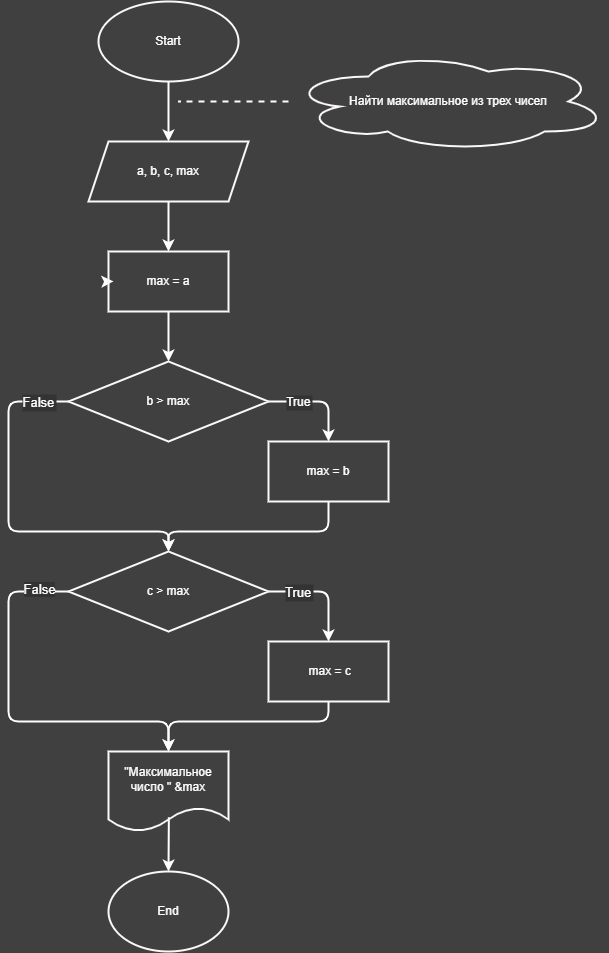
Above: diagram.drawio.png in BigWolf21/Project_01 (draw.io), before the change. Source tidied: cells renumbered, new cells last; positions are measured from the earlier drawing's top-left corner, leaving out a move shared by most shapes. The source it was exported from:
```xml
<mxGraphModel background="#404040">
  <root>
    <mxCell id="0" />
    <mxCell id="1" parent="0" />
    <mxCell id="2" style="edgeStyle=none;html=1;fontFamily=Helvetica;fontSize=12;fontColor=#FFFFFF;strokeColor=#FFFFFF;strokeWidth=2;" parent="1" edge="1" source="3" target="5">
      <mxGeometry relative="1" as="geometry" />
    </mxCell>
    <mxCell id="3" value="Start" style="ellipse;whiteSpace=wrap;html=1;fillColor=none;strokeColor=#fcf8f8;strokeWidth=2;shadow=0;fontColor=#FFFFFF;labelBackgroundColor=none;labelBorderColor=none;" parent="1" vertex="1">
      <mxGeometry x="90" width="140" height="80" as="geometry" />
    </mxCell>
    <mxCell id="4" style="edgeStyle=none;html=1;strokeColor=#FFFFFF;strokeWidth=2;fontFamily=Helvetica;fontSize=12;fontColor=#FFFFFF;endArrow=classic;endFill=1;" parent="1" edge="1" source="5" target="11">
      <mxGeometry relative="1" as="geometry" />
    </mxCell>
    <mxCell id="5" value="a, b, c, max" style="shape=parallelogram;perimeter=parallelogramPerimeter;whiteSpace=wrap;html=1;fixedSize=1;shadow=0;strokeColor=#fcf8f8;strokeWidth=2;fontFamily=Helvetica;fontSize=12;fontColor=#FFFFFF;fillColor=none;" parent="1" vertex="1">
      <mxGeometry x="80" y="140" width="160" height="60" as="geometry" />
    </mxCell>
    <mxCell id="6" style="edgeStyle=none;html=1;strokeColor=#FFFFFF;strokeWidth=2;fontFamily=Helvetica;fontSize=12;fontColor=#FFFFFF;dashed=1;endArrow=none;endFill=0;" parent="1" edge="1" source="7">
      <mxGeometry relative="1" as="geometry">
        <mxPoint x="170" y="100" as="targetPoint" />
      </mxGeometry>
    </mxCell>
    <mxCell id="7" value="Найти максимальное из трех чисел" style="ellipse;shape=cloud;whiteSpace=wrap;html=1;shadow=0;strokeColor=#fcf8f8;strokeWidth=2;fontFamily=Helvetica;fontSize=12;fontColor=#FFFFFF;fillColor=none;" parent="1" vertex="1">
      <mxGeometry x="280" y="50" width="320" height="100" as="geometry" />
    </mxCell>
    <mxCell id="8" value="End" style="ellipse;whiteSpace=wrap;html=1;shadow=0;strokeColor=#fcf8f8;strokeWidth=2;fontFamily=Helvetica;fontSize=12;fontColor=#FFFFFF;fillColor=none;" parent="1" vertex="1">
      <mxGeometry x="100" y="870" width="120" height="80" as="geometry" />
    </mxCell>
    <mxCell id="9" style="edgeStyle=none;html=1;strokeColor=#FFFFFF;strokeWidth=2;fontFamily=Helvetica;fontSize=12;fontColor=#FFFFFF;endArrow=classic;endFill=1;" parent="1" edge="1" source="11">
      <mxGeometry relative="1" as="geometry">
        <mxPoint x="160" y="360" as="targetPoint" />
      </mxGeometry>
    </mxCell>
    <mxCell id="10" style="edgeStyle=none;html=1;exitX=0;exitY=0.5;exitDx=0;exitDy=0;strokeColor=#FFFFFF;strokeWidth=2;fontFamily=Helvetica;fontSize=13;fontColor=#FFFFFF;endArrow=classic;endFill=1;" parent="1" edge="1" source="11">
      <mxGeometry relative="1" as="geometry">
        <mxPoint x="104.9" y="279.9" as="targetPoint" />
      </mxGeometry>
    </mxCell>
    <mxCell id="11" value="max = a" style="whiteSpace=wrap;html=1;fillColor=none;strokeColor=#fcf8f8;fontColor=#FFFFFF;shadow=0;strokeWidth=2;" parent="1" vertex="1">
      <mxGeometry x="100" y="250" width="120" height="60" as="geometry" />
    </mxCell>
    <mxCell id="12" style="edgeStyle=none;html=1;strokeColor=#FFFFFF;strokeWidth=2;fontFamily=Helvetica;fontSize=12;fontColor=#FFFFFF;endArrow=classic;endFill=1;" parent="1" edge="1" source="16" target="18">
      <mxGeometry relative="1" as="geometry">
        <Array as="points">
          <mxPoint x="320" y="400" />
        </Array>
      </mxGeometry>
    </mxCell>
    <mxCell id="13" value="True" style="edgeLabel;align=center;verticalAlign=middle;fontSize=12;fontFamily=Helvetica;fontColor=#FFFFFF;labelBackgroundColor=#333333;" parent="12" vertex="1">
      <mxGeometry x="-0.48" y="1" relative="1" as="geometry">
        <mxPoint x="4" y="1" as="offset" />
      </mxGeometry>
    </mxCell>
    <mxCell id="14" style="edgeStyle=none;html=1;strokeColor=#FFFFFF;strokeWidth=2;fontFamily=Helvetica;fontSize=13;fontColor=#FFFFFF;endArrow=classic;endFill=1;entryX=0.5;entryY=0;entryDx=0;entryDy=0;" parent="1" edge="1" source="16" target="23">
      <mxGeometry relative="1" as="geometry">
        <Array as="points">
          <mxPoint y="400" />
          <mxPoint y="530" />
          <mxPoint x="70" y="530" />
          <mxPoint x="160" y="530" />
        </Array>
      </mxGeometry>
    </mxCell>
    <mxCell id="15" value="False" style="edgeLabel;align=center;verticalAlign=middle;fontSize=13;fontFamily=Helvetica;fontColor=#FFFFFF;labelBackgroundColor=#333333;" parent="14" vertex="1">
      <mxGeometry x="-0.62" relative="1" as="geometry">
        <mxPoint x="30" y="-11" as="offset" />
      </mxGeometry>
    </mxCell>
    <mxCell id="16" value="b &amp;gt; max" style="rhombus;whiteSpace=wrap;html=1;fillColor=none;strokeColor=#fcf8f8;fontColor=#FFFFFF;shadow=0;strokeWidth=2;" parent="1" vertex="1">
      <mxGeometry x="60" y="360" width="200" height="80" as="geometry" />
    </mxCell>
    <mxCell id="17" style="edgeStyle=none;html=1;strokeColor=#FFFFFF;strokeWidth=2;fontFamily=Helvetica;fontSize=13;fontColor=#FFFFFF;endArrow=classic;endFill=1;exitX=0.5;exitY=1;exitDx=0;exitDy=0;" parent="1" edge="1" source="18" target="23">
      <mxGeometry relative="1" as="geometry">
        <Array as="points">
          <mxPoint x="320" y="530" />
          <mxPoint x="240" y="530" />
          <mxPoint x="160" y="530" />
        </Array>
      </mxGeometry>
    </mxCell>
    <mxCell id="18" value="max = b" style="whiteSpace=wrap;html=1;fillColor=none;strokeColor=#fcf8f8;fontColor=#FFFFFF;shadow=0;strokeWidth=2;" parent="1" vertex="1">
      <mxGeometry x="260" y="440" width="120" height="60" as="geometry" />
    </mxCell>
    <mxCell id="19" style="edgeStyle=none;html=1;strokeColor=#FFFFFF;strokeWidth=2;fontFamily=Helvetica;fontSize=13;fontColor=#FFFFFF;endArrow=classic;endFill=1;" parent="1" edge="1" source="23" target="25">
      <mxGeometry relative="1" as="geometry">
        <Array as="points">
          <mxPoint x="320" y="590" />
        </Array>
      </mxGeometry>
    </mxCell>
    <mxCell id="20" value="True" style="edgeLabel;align=center;verticalAlign=middle;fontSize=13;fontFamily=Helvetica;fontColor=#FFFFFF;labelBackgroundColor=#333333;" parent="19" vertex="1">
      <mxGeometry x="-0.61" y="-1" relative="1" as="geometry">
        <mxPoint x="8" y="-1" as="offset" />
      </mxGeometry>
    </mxCell>
    <mxCell id="21" style="edgeStyle=none;html=1;entryX=0.5;entryY=0;entryDx=0;entryDy=0;strokeColor=#FFFFFF;strokeWidth=2;fontFamily=Helvetica;fontSize=13;fontColor=#FFFFFF;endArrow=classic;endFill=1;" parent="1" edge="1" source="23" target="27">
      <mxGeometry relative="1" as="geometry">
        <Array as="points">
          <mxPoint y="590" />
          <mxPoint y="720" />
          <mxPoint x="160" y="720" />
        </Array>
      </mxGeometry>
    </mxCell>
    <mxCell id="22" value="False" style="edgeLabel;html=1;align=center;verticalAlign=middle;fontSize=13;fontFamily=Helvetica;fontColor=#FFFFFF;labelBackgroundColor=#333333;" parent="21" vertex="1">
      <mxGeometry x="-0.79" y="-2" relative="1" as="geometry">
        <mxPoint x="11" as="offset" />
      </mxGeometry>
    </mxCell>
    <mxCell id="23" value="c &amp;gt; max" style="rhombus;whiteSpace=wrap;html=1;fillColor=none;strokeColor=#fcf8f8;fontColor=#FFFFFF;shadow=0;strokeWidth=2;" parent="1" vertex="1">
      <mxGeometry x="60" y="550" width="200" height="80" as="geometry" />
    </mxCell>
    <mxCell id="24" style="edgeStyle=none;html=1;strokeColor=#FFFFFF;strokeWidth=2;fontFamily=Helvetica;fontSize=13;fontColor=#FFFFFF;endArrow=classic;endFill=1;" parent="1" edge="1" source="25" target="27">
      <mxGeometry relative="1" as="geometry">
        <Array as="points">
          <mxPoint x="320" y="720" />
          <mxPoint x="160" y="720" />
        </Array>
      </mxGeometry>
    </mxCell>
    <mxCell id="25" value="&amp;nbsp;max = c" style="whiteSpace=wrap;html=1;fillColor=none;strokeColor=#fcf8f8;fontColor=#FFFFFF;shadow=0;strokeWidth=2;" parent="1" vertex="1">
      <mxGeometry x="260" y="640" width="120" height="60" as="geometry" />
    </mxCell>
    <mxCell id="26" style="edgeStyle=none;html=1;strokeColor=#FFFFFF;strokeWidth=2;fontFamily=Helvetica;fontSize=13;fontColor=#FFFFFF;endArrow=classic;endFill=1;exitX=0.503;exitY=0.822;exitDx=0;exitDy=0;exitPerimeter=0;" parent="1" edge="1" source="27" target="8">
      <mxGeometry relative="1" as="geometry" />
    </mxCell>
    <mxCell id="27" value="&quot;Максимальное число &quot; &amp;amp;max" style="shape=document;whiteSpace=wrap;html=1;boundedLbl=1;fillColor=none;strokeColor=#fcf8f8;fontColor=#FFFFFF;shadow=0;strokeWidth=2;" parent="1" vertex="1">
      <mxGeometry x="100" y="750" width="120" height="80" as="geometry" />
    </mxCell>
  </root>
</mxGraphModel>
```
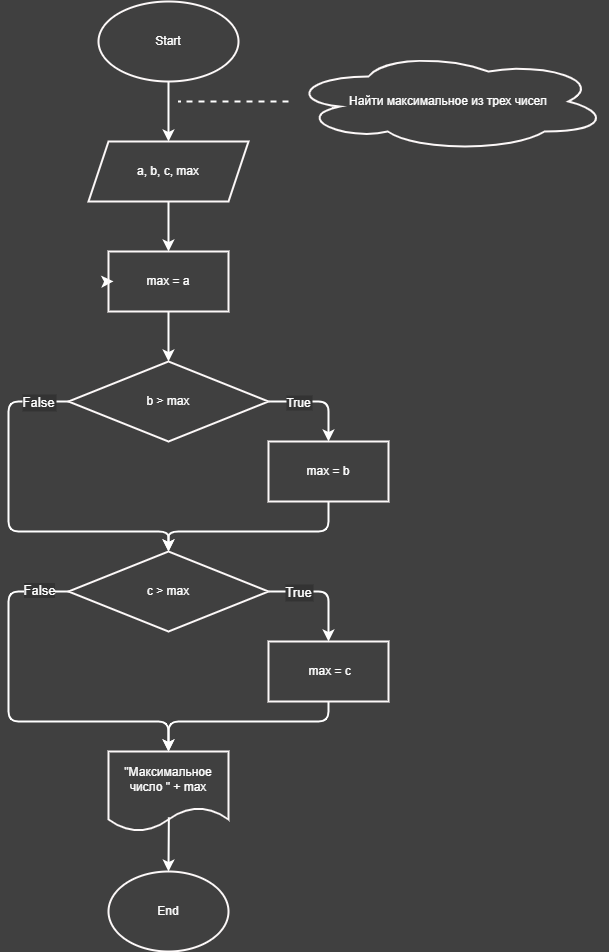
Later version of the same file.

Change to the diagram source:
```diff
@@ -123,7 +123,7 @@
     <mxCell id="26" style="edgeStyle=none;html=1;strokeColor=#FFFFFF;strokeWidth=2;fontFamily=Helvetica;fontSize=13;fontColor=#FFFFFF;endArrow=classic;endFill=1;exitX=0.503;exitY=0.822;exitDx=0;exitDy=0;exitPerimeter=0;" parent="1" edge="1" source="27" target="8">
       <mxGeometry relative="1" as="geometry" />
     </mxCell>
-    <mxCell id="27" value="&quot;Максимальное число &quot; &amp;amp;max" style="shape=document;whiteSpace=wrap;html=1;boundedLbl=1;fillColor=none;strokeColor=#fcf8f8;fontColor=#FFFFFF;shadow=0;strokeWidth=2;" parent="1" vertex="1">
+    <mxCell id="27" value="&quot;Максимальное число &quot; + max" style="shape=document;whiteSpace=wrap;html=1;boundedLbl=1;fillColor=none;strokeColor=#fcf8f8;fontColor=#FFFFFF;shadow=0;strokeWidth=2;" parent="1" vertex="1">
       <mxGeometry x="100" y="750" width="120" height="80" as="geometry" />
     </mxCell>
   </root>
```
